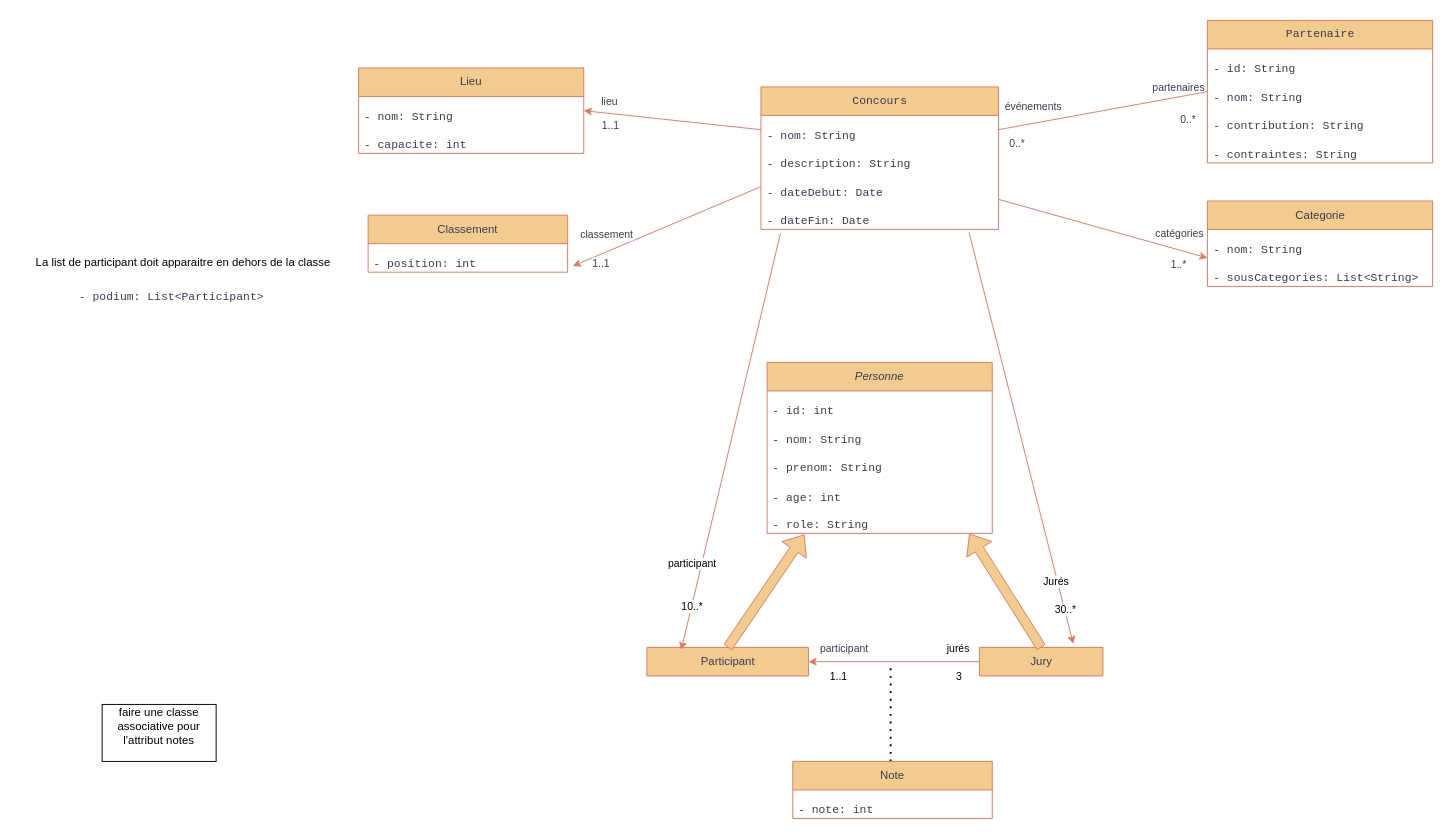
Before: Conception/Diagramme de classe.drawio in CSliveR/Chief-s-Arena, a draw.io diagram. Source tidied: cells renumbered, new cells numbered last; positions are measured from the earlier drawing's top-left corner, leaving out a move shared by most shapes. Both pictures are drawn from the tidied source at 95%, with x=0, y=0 at pixel (16, 20).
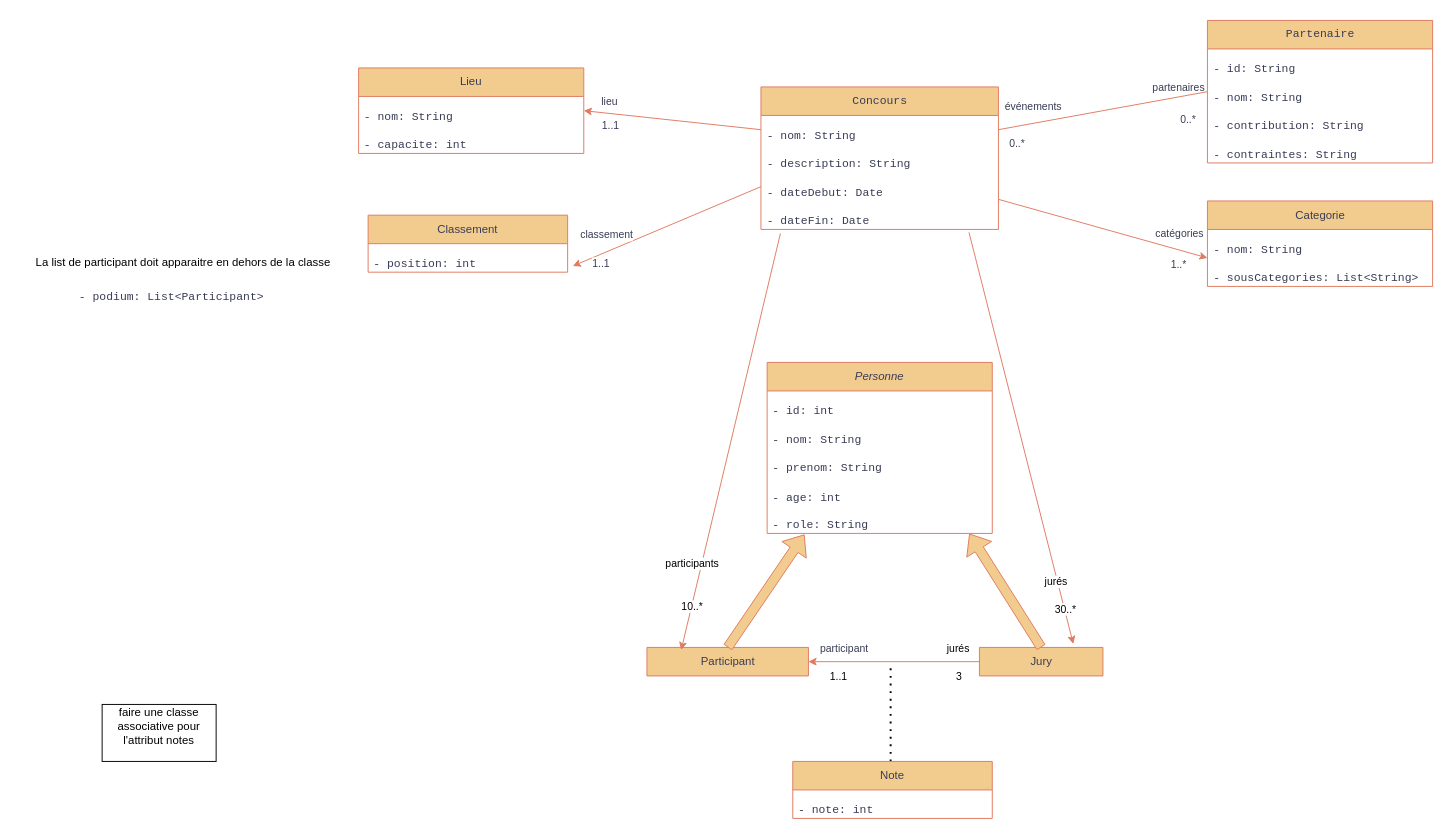
The same page after the edit.

The change refers to these unchanged cells:
```xml
<mxCell id="65" style="endArrow=classic;html=1;rounded=0;labelBackgroundColor=none;strokeColor=#E07A5F;fontColor=default;exitX=0.082;exitY=1.14;exitDx=0;exitDy=0;exitPerimeter=0;entryX=0.212;entryY=0.091;entryDx=0;entryDy=0;entryPerimeter=0;" parent="1" edge="1" source="6" target="21">
  <mxGeometry relative="1" as="geometry" />
</mxCell>
<mxCell id="68" style="endArrow=classic;html=1;rounded=0;labelBackgroundColor=none;strokeColor=#E07A5F;fontColor=default;exitX=0.876;exitY=1.104;exitDx=0;exitDy=0;exitPerimeter=0;entryX=0.781;entryY=-0.122;entryDx=0;entryDy=0;entryPerimeter=0;" parent="1" edge="1" source="6" target="61">
  <mxGeometry relative="1" as="geometry" />
</mxCell>
```

Change to the diagram source:
```diff
@@
-    <mxCell id="66" value="participant" style="edgeLabel;html=1;align=center;verticalAlign=middle;" parent="65" vertex="1">
+    <mxCell id="66" value="participants" style="edgeLabel;html=1;align=center;verticalAlign=middle;" parent="65" vertex="1">
       <mxGeometry x="-0.79" relative="1" as="geometry">
         <mxPoint x="-83" y="302" as="offset" />
       </mxGeometry>
     </mxCell>
@@
-    <mxCell id="69" value="Jurés" style="edgeLabel;html=1;align=center;verticalAlign=middle;" parent="68" vertex="1">
+    <mxCell id="69" value="jurés" style="edgeLabel;html=1;align=center;verticalAlign=middle;" parent="68" vertex="1">
       <mxGeometry x="0.69" y="-2" relative="1" as="geometry" />
     </mxCell>
```
